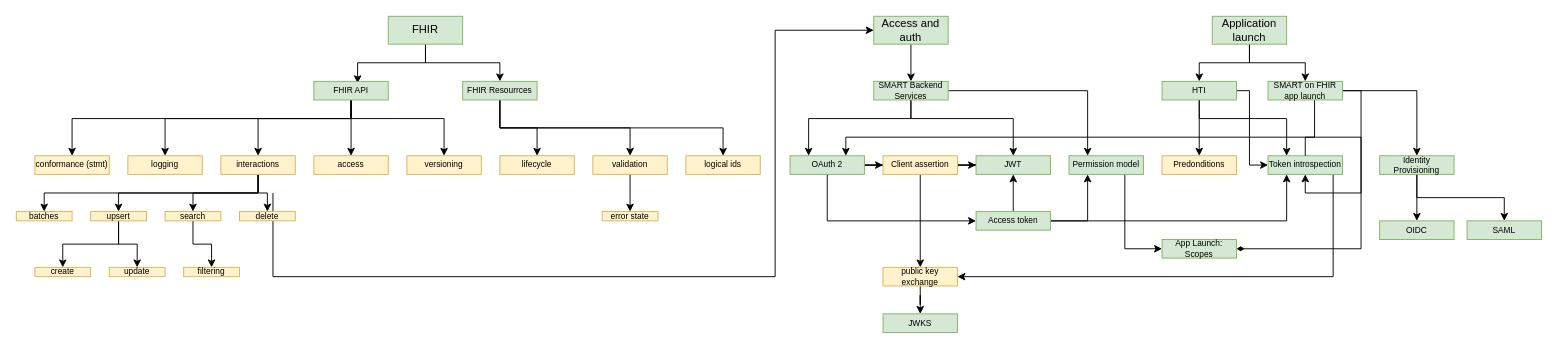
Koppeltaal/Koppeltaal-2.0-Specificaties-en-Architectuur keeps this draw.io diagram as topics/KT2.0 Documentation Topics.drawio. Above is the earlier version. Source tidied: cells renumbered, new cells numbered last; positions are measured from the earlier drawing's top-left corner, leaving out a move shared by most shapes. Both pictures are drawn from the tidied source at 93%, with x=0, y=0 at pixel (16, 16).
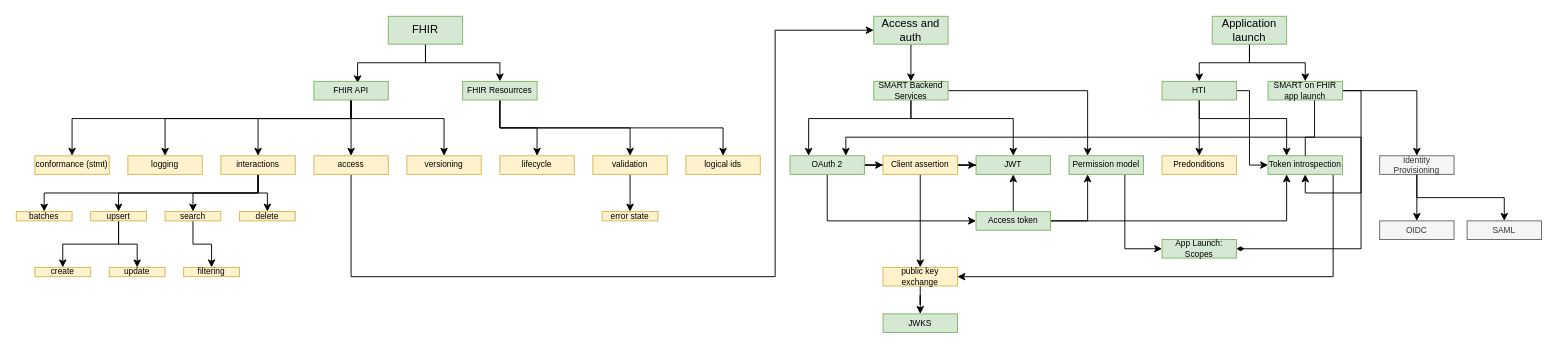
Above is the later version.

The change refers to these unchanged cells:
```xml
<mxCell id="23" value="&lt;div style=&quot;text-align: start;&quot;&gt;access&lt;/div&gt;" style="rounded=0;whiteSpace=wrap;html=1;fontSize=9;fillColor=#fff2cc;strokeColor=#d6b656;" parent="1" vertex="1">
  <mxGeometry x="320" y="150" width="80" height="20" as="geometry" />
</mxCell>
<mxCell id="41" value="Access and auth" style="rounded=0;whiteSpace=wrap;html=1;fillColor=#d5e8d4;strokeColor=#82b366;" parent="1" vertex="1">
  <mxGeometry x="922" width="80" height="30" as="geometry" />
</mxCell>
<mxCell id="75" value="&lt;font style=&quot;font-size: 9px;&quot;&gt;SMART on FHIR app launch&lt;/font&gt;" style="rounded=0;whiteSpace=wrap;html=1;fillColor=#d5e8d4;strokeColor=#82b366;fontSize=9;" parent="1" vertex="1">
  <mxGeometry x="1346" y="70" width="80" height="20" as="geometry" />
</mxCell>
```

Diff of the diagram source:
```diff
@@
-    <mxCell id="22" style="edgeStyle=orthogonalEdgeStyle;rounded=0;jettySize=auto;html=1;entryX=0;entryY=0.5;entryDx=0;entryDy=0;fontSize=9;" parent="1" edge="1" target="41">
+    <mxCell id="22" style="edgeStyle=orthogonalEdgeStyle;rounded=0;jettySize=auto;html=1;entryX=0;entryY=0.5;entryDx=0;entryDy=0;fontSize=9;exitX=0.5;exitY=1;exitDx=0;exitDy=0;" parent="1" edge="1" source="23" target="41">
       <mxGeometry relative="1" as="geometry">
-        <mxPoint x="276" y="190" as="sourcePoint" />
         <Array as="points">
-          <mxPoint x="276" y="280" />
+          <mxPoint x="360" y="280" />
           <mxPoint x="816" y="280" />
           <mxPoint x="816" y="15" />
         </Array>
       </mxGeometry>
     </mxCell>
@@
     <mxCell id="74" style="edgeStyle=orthogonalEdgeStyle;rounded=0;jettySize=auto;html=1;exitX=1;exitY=0.5;exitDx=0;exitDy=0;endArrow=classic;endFill=1;" parent="1" edge="1" source="75" target="79">
-      <mxGeometry relative="1" as="geometry" />
+      <mxGeometry relative="1" as="geometry">
+        <Array as="points">
+          <mxPoint x="1506" y="80" />
+        </Array>
+      </mxGeometry>
     </mxCell>
@@
-    <mxCell id="79" value="&lt;font style=&quot;font-size: 9px;&quot;&gt;Identity Provisioning&lt;br&gt;&lt;/font&gt;" style="rounded=0;whiteSpace=wrap;html=1;fillColor=#d5e8d4;strokeColor=#82b366;fontSize=9;" parent="1" vertex="1">
+    <mxCell id="79" value="&lt;font style=&quot;font-size: 9px;&quot;&gt;Identity Provisioning&lt;br&gt;&lt;/font&gt;" style="rounded=0;whiteSpace=wrap;html=1;fillColor=#f5f5f5;strokeColor=#666666;fontSize=9;fontColor=#333333;" parent="1" vertex="1">
       <mxGeometry x="1466" y="150" width="80" height="20" as="geometry" />
     </mxCell>
-    <mxCell id="80" value="&lt;div style=&quot;&quot;&gt;OIDC&lt;/div&gt;" style="rounded=0;whiteSpace=wrap;html=1;fontSize=9;fillColor=#d5e8d4;strokeColor=#82b366;align=center;" parent="1" vertex="1">
+    <mxCell id="80" value="&lt;div style=&quot;&quot;&gt;OIDC&lt;/div&gt;" style="rounded=0;whiteSpace=wrap;html=1;fontSize=9;fillColor=#f5f5f5;strokeColor=#666666;align=center;fontColor=#333333;" parent="1" vertex="1">
       <mxGeometry x="1466" y="220" width="80" height="20" as="geometry" />
     </mxCell>
-    <mxCell id="81" value="&lt;div style=&quot;&quot;&gt;SAML&lt;/div&gt;" style="rounded=0;whiteSpace=wrap;html=1;fontSize=9;fillColor=#d5e8d4;strokeColor=#82b366;align=center;" parent="1" vertex="1">
+    <mxCell id="81" value="&lt;div style=&quot;&quot;&gt;SAML&lt;/div&gt;" style="rounded=0;whiteSpace=wrap;html=1;fontSize=9;fillColor=#f5f5f5;strokeColor=#666666;align=center;fontColor=#333333;" parent="1" vertex="1">
       <mxGeometry x="1560" y="220" width="80" height="20" as="geometry" />
     </mxCell>
```
